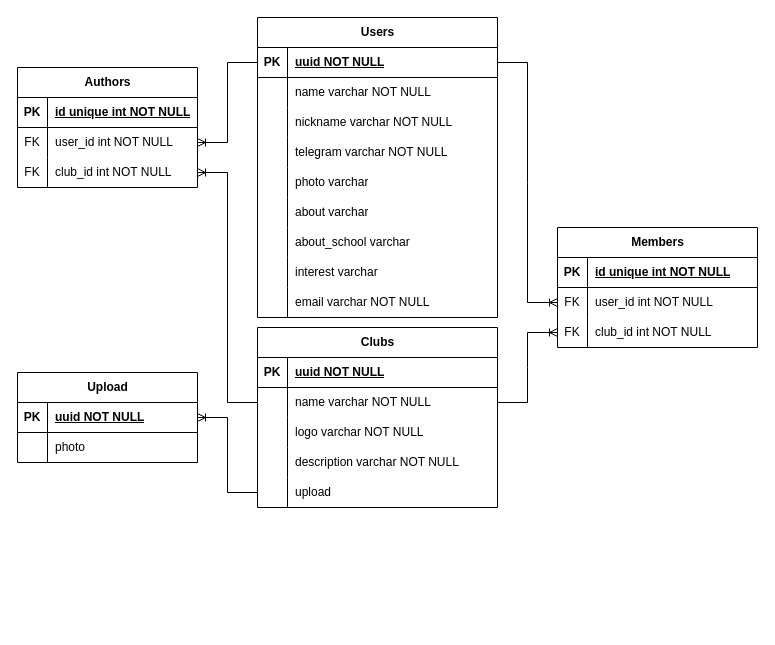
Before: Диаграмма без названия.drawio in mrsemyon/clubs, a draw.io diagram. Source tidied: cells renumbered, new cells numbered last; positions are measured from the earlier drawing's top-left corner, leaving out a move shared by most shapes. Both pictures are drawn from the tidied source at 100%, with x=0, y=0 at pixel (17, 17).
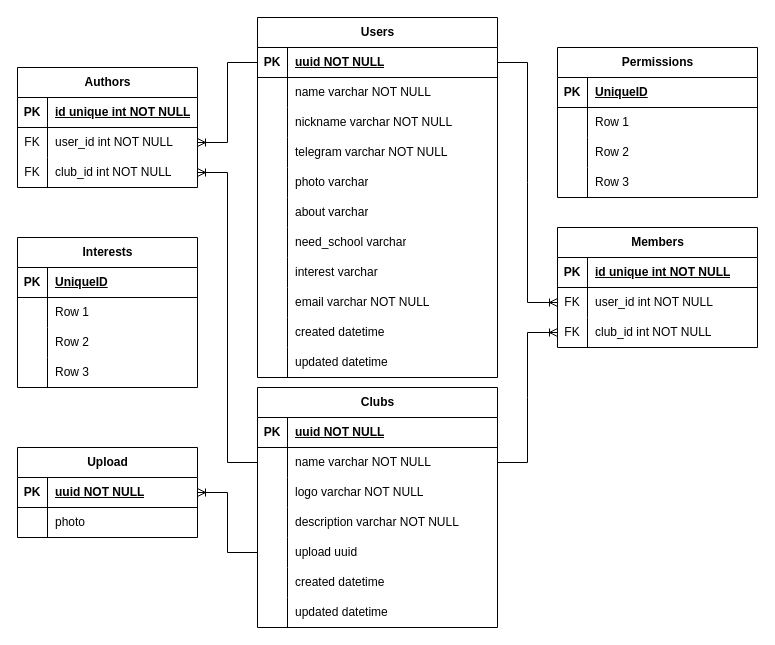
After the change.

The change refers to these unchanged cells:
```xml
<mxCell id="21" style="shape=tableRow;horizontal=0;startSize=0;swimlaneHead=0;swimlaneBody=0;fillColor=none;top=0;left=0;right=0;bottom=0;" parent="2" vertex="1">
  <mxGeometry y="210" width="240" height="30" as="geometry" />
</mxCell>
<mxCell id="43" style="shape=tableRow;horizontal=0;startSize=0;swimlaneHead=0;swimlaneBody=0;fillColor=none;points=[[0,0.5],[1,0.5]];portConstraint=eastwest;top=0;left=0;right=0;bottom=0;" parent="30" vertex="1">
  <mxGeometry y="150" width="240" height="30" as="geometry" />
</mxCell>
```

The edit, as a diff of the source:
```diff
@@
     <mxCell id="2" value="Users" style="shape=table;startSize=30;childLayout=tableLayout;rowLines=0;fontStyle=1;align=center;html=1;" parent="1" vertex="1">
-      <mxGeometry x="240" width="240" height="300" as="geometry" />
+      <mxGeometry x="240" width="240" height="360" as="geometry" />
     </mxCell>
@@
-    <mxCell id="23" value="about_school varchar" style="shape=partialRectangle;fillColor=none;top=0;left=0;bottom=0;right=0;align=left;spacingLeft=6;overflow=hidden;whiteSpace=wrap;html=1;" parent="21" vertex="1">
+    <mxCell id="23" value="need_school varchar" style="shape=partialRectangle;fillColor=none;top=0;left=0;bottom=0;right=0;align=left;spacingLeft=6;overflow=hidden;whiteSpace=wrap;html=1;" parent="21" vertex="1">
       <mxGeometry x="30" width="210" height="30" as="geometry" />
     </mxCell>
@@
+    <mxCell id="78" style="shape=tableRow;horizontal=0;startSize=0;swimlaneHead=0;swimlaneBody=0;fillColor=none;top=0;left=0;right=0;bottom=0;" parent="2" vertex="1">
+      <mxGeometry y="300" width="240" height="30" as="geometry" />
+    </mxCell>
+    <mxCell id="79" style="shape=partialRectangle;fillColor=none;top=0;left=0;bottom=0;right=0;overflow=hidden;whiteSpace=wrap;html=1;" parent="78" vertex="1">
+      <mxGeometry width="30" height="30" as="geometry" />
+    </mxCell>
+    <mxCell id="80" value="created datetime" style="shape=partialRectangle;fillColor=none;top=0;left=0;bottom=0;right=0;align=left;spacingLeft=6;overflow=hidden;whiteSpace=wrap;html=1;" parent="78" vertex="1">
+      <mxGeometry x="30" width="210" height="30" as="geometry" />
+    </mxCell>
+    <mxCell id="81" style="shape=tableRow;horizontal=0;startSize=0;swimlaneHead=0;swimlaneBody=0;fillColor=none;top=0;left=0;right=0;bottom=0;" parent="2" vertex="1">
+      <mxGeometry y="330" width="240" height="30" as="geometry" />
+    </mxCell>
+    <mxCell id="82" style="shape=partialRectangle;fillColor=none;top=0;left=0;bottom=0;right=0;overflow=hidden;whiteSpace=wrap;html=1;" parent="81" vertex="1">
+      <mxGeometry width="30" height="30" as="geometry" />
+    </mxCell>
+    <mxCell id="83" value="updated datetime" style="shape=partialRectangle;fillColor=none;top=0;left=0;bottom=0;right=0;align=left;spacingLeft=6;overflow=hidden;whiteSpace=wrap;html=1;" parent="81" vertex="1">
+      <mxGeometry x="30" width="210" height="30" as="geometry" />
+    </mxCell>
     <mxCell id="30" value="Clubs" style="shape=table;startSize=30;childLayout=tableLayout;rowLines=0;fontStyle=1;align=center;html=1;" parent="1" vertex="1">
-      <mxGeometry x="240" y="310" width="240" height="180" as="geometry" />
+      <mxGeometry x="240" y="370" width="240" height="240" as="geometry" />
     </mxCell>
@@
-    <mxCell id="45" value="upload" style="shape=partialRectangle;fillColor=none;top=0;left=0;bottom=0;right=0;align=left;spacingLeft=6;overflow=hidden;whiteSpace=wrap;html=1;" parent="43" vertex="1">
+    <mxCell id="45" value="upload uuid" style="shape=partialRectangle;fillColor=none;top=0;left=0;bottom=0;right=0;align=left;spacingLeft=6;overflow=hidden;whiteSpace=wrap;html=1;" parent="43" vertex="1">
       <mxGeometry x="30" width="210" height="30" as="geometry" />
     </mxCell>
+    <mxCell id="84" style="shape=tableRow;horizontal=0;startSize=0;swimlaneHead=0;swimlaneBody=0;fillColor=none;top=0;left=0;right=0;bottom=0;" parent="30" vertex="1">
+      <mxGeometry y="180" width="240" height="30" as="geometry" />
+    </mxCell>
+    <mxCell id="85" style="shape=partialRectangle;fillColor=none;top=0;left=0;bottom=0;right=0;overflow=hidden;whiteSpace=wrap;html=1;" parent="84" vertex="1">
+      <mxGeometry width="30" height="30" as="geometry" />
+    </mxCell>
+    <mxCell id="86" value="created datetime" style="shape=partialRectangle;fillColor=none;top=0;left=0;bottom=0;right=0;align=left;spacingLeft=6;overflow=hidden;whiteSpace=wrap;html=1;" parent="84" vertex="1">
+      <mxGeometry x="30" width="210" height="30" as="geometry" />
+    </mxCell>
+    <mxCell id="87" style="shape=tableRow;horizontal=0;startSize=0;swimlaneHead=0;swimlaneBody=0;fillColor=none;top=0;left=0;right=0;bottom=0;" parent="30" vertex="1">
+      <mxGeometry y="210" width="240" height="30" as="geometry" />
+    </mxCell>
+    <mxCell id="88" style="shape=partialRectangle;fillColor=none;top=0;left=0;bottom=0;right=0;overflow=hidden;whiteSpace=wrap;html=1;" parent="87" vertex="1">
+      <mxGeometry width="30" height="30" as="geometry" />
+    </mxCell>
+    <mxCell id="89" value="updated datetime" style="shape=partialRectangle;fillColor=none;top=0;left=0;bottom=0;right=0;align=left;spacingLeft=6;overflow=hidden;whiteSpace=wrap;html=1;" parent="87" vertex="1">
+      <mxGeometry x="30" width="210" height="30" as="geometry" />
+    </mxCell>
@@
     <mxCell id="70" value="Upload" style="shape=table;startSize=30;childLayout=tableLayout;rowLines=0;fontStyle=1;align=center;html=1;" parent="1" vertex="1">
-      <mxGeometry y="355" width="180" height="90" as="geometry" />
+      <mxGeometry y="430" width="180" height="90" as="geometry" />
     </mxCell>
@@
+    <mxCell id="90" value="Permissions" style="shape=table;startSize=30;childLayout=tableLayout;rowLines=0;fontStyle=1;align=center;html=1;" parent="1" vertex="1">
+      <mxGeometry x="540" y="30" width="200" height="150" as="geometry" />
+    </mxCell>
+    <mxCell id="91" style="shape=tableRow;horizontal=0;startSize=0;swimlaneHead=0;swimlaneBody=0;fillColor=none;top=0;left=0;right=0;bottom=1;" parent="90" vertex="1">
+      <mxGeometry y="30" width="200" height="30" as="geometry" />
+    </mxCell>
+    <mxCell id="92" value="PK" style="shape=partialRectangle;fillColor=none;top=0;left=0;bottom=0;right=0;fontStyle=1;overflow=hidden;whiteSpace=wrap;html=1;" parent="91" vertex="1">
+      <mxGeometry width="30" height="30" as="geometry" />
+    </mxCell>
+    <mxCell id="93" value="UniqueID" style="shape=partialRectangle;fillColor=none;top=0;left=0;bottom=0;right=0;align=left;spacingLeft=6;fontStyle=5;overflow=hidden;whiteSpace=wrap;html=1;" parent="91" vertex="1">
+      <mxGeometry x="30" width="170" height="30" as="geometry" />
+    </mxCell>
+    <mxCell id="94" style="shape=tableRow;horizontal=0;startSize=0;swimlaneHead=0;swimlaneBody=0;fillColor=none;top=0;left=0;right=0;bottom=0;" parent="90" vertex="1">
+      <mxGeometry y="60" width="200" height="30" as="geometry" />
+    </mxCell>
+    <mxCell id="95" style="shape=partialRectangle;fillColor=none;top=0;left=0;bottom=0;right=0;overflow=hidden;whiteSpace=wrap;html=1;" parent="94" vertex="1">
+      <mxGeometry width="30" height="30" as="geometry" />
+    </mxCell>
+    <mxCell id="96" value="Row 1" style="shape=partialRectangle;fillColor=none;top=0;left=0;bottom=0;right=0;align=left;spacingLeft=6;overflow=hidden;whiteSpace=wrap;html=1;" parent="94" vertex="1">
+      <mxGeometry x="30" width="170" height="30" as="geometry" />
+    </mxCell>
+    <mxCell id="97" style="shape=tableRow;horizontal=0;startSize=0;swimlaneHead=0;swimlaneBody=0;fillColor=none;top=0;left=0;right=0;bottom=0;" parent="90" vertex="1">
+      <mxGeometry y="90" width="200" height="30" as="geometry" />
+    </mxCell>
+    <mxCell id="98" style="shape=partialRectangle;fillColor=none;top=0;left=0;bottom=0;right=0;overflow=hidden;whiteSpace=wrap;html=1;" parent="97" vertex="1">
+      <mxGeometry width="30" height="30" as="geometry" />
+    </mxCell>
+    <mxCell id="99" value="Row 2" style="shape=partialRectangle;fillColor=none;top=0;left=0;bottom=0;right=0;align=left;spacingLeft=6;overflow=hidden;whiteSpace=wrap;html=1;" parent="97" vertex="1">
+      <mxGeometry x="30" width="170" height="30" as="geometry" />
+    </mxCell>
+    <mxCell id="100" style="shape=tableRow;horizontal=0;startSize=0;swimlaneHead=0;swimlaneBody=0;fillColor=none;top=0;left=0;right=0;bottom=0;" parent="90" vertex="1">
+      <mxGeometry y="120" width="200" height="30" as="geometry" />
+    </mxCell>
+    <mxCell id="101" style="shape=partialRectangle;fillColor=none;top=0;left=0;bottom=0;right=0;overflow=hidden;whiteSpace=wrap;html=1;" parent="100" vertex="1">
+      <mxGeometry width="30" height="30" as="geometry" />
+    </mxCell>
+    <mxCell id="102" value="Row 3" style="shape=partialRectangle;fillColor=none;top=0;left=0;bottom=0;right=0;align=left;spacingLeft=6;overflow=hidden;whiteSpace=wrap;html=1;" parent="100" vertex="1">
+      <mxGeometry x="30" width="170" height="30" as="geometry" />
+    </mxCell>
+    <mxCell id="103" value="Interests" style="shape=table;startSize=30;childLayout=tableLayout;rowLines=0;fontStyle=1;align=center;html=1;" parent="1" vertex="1">
+      <mxGeometry y="220" width="180" height="150" as="geometry" />
+    </mxCell>
+    <mxCell id="104" style="shape=tableRow;horizontal=0;startSize=0;swimlaneHead=0;swimlaneBody=0;fillColor=none;top=0;left=0;right=0;bottom=1;" parent="103" vertex="1">
+      <mxGeometry y="30" width="180" height="30" as="geometry" />
+    </mxCell>
+    <mxCell id="105" value="PK" style="shape=partialRectangle;fillColor=none;top=0;left=0;bottom=0;right=0;fontStyle=1;overflow=hidden;whiteSpace=wrap;html=1;" parent="104" vertex="1">
+      <mxGeometry width="30" height="30" as="geometry" />
+    </mxCell>
+    <mxCell id="106" value="UniqueID" style="shape=partialRectangle;fillColor=none;top=0;left=0;bottom=0;right=0;align=left;spacingLeft=6;fontStyle=5;overflow=hidden;whiteSpace=wrap;html=1;" parent="104" vertex="1">
+      <mxGeometry x="30" width="150" height="30" as="geometry" />
+    </mxCell>
+    <mxCell id="107" style="shape=tableRow;horizontal=0;startSize=0;swimlaneHead=0;swimlaneBody=0;fillColor=none;top=0;left=0;right=0;bottom=0;" parent="103" vertex="1">
+      <mxGeometry y="60" width="180" height="30" as="geometry" />
+    </mxCell>
+    <mxCell id="108" style="shape=partialRectangle;fillColor=none;top=0;left=0;bottom=0;right=0;overflow=hidden;whiteSpace=wrap;html=1;" parent="107" vertex="1">
+      <mxGeometry width="30" height="30" as="geometry" />
+    </mxCell>
+    <mxCell id="109" value="Row 1" style="shape=partialRectangle;fillColor=none;top=0;left=0;bottom=0;right=0;align=left;spacingLeft=6;overflow=hidden;whiteSpace=wrap;html=1;" parent="107" vertex="1">
+      <mxGeometry x="30" width="150" height="30" as="geometry" />
+    </mxCell>
+    <mxCell id="110" style="shape=tableRow;horizontal=0;startSize=0;swimlaneHead=0;swimlaneBody=0;fillColor=none;top=0;left=0;right=0;bottom=0;" parent="103" vertex="1">
+      <mxGeometry y="90" width="180" height="30" as="geometry" />
+    </mxCell>
+    <mxCell id="111" style="shape=partialRectangle;fillColor=none;top=0;left=0;bottom=0;right=0;overflow=hidden;whiteSpace=wrap;html=1;" parent="110" vertex="1">
+      <mxGeometry width="30" height="30" as="geometry" />
+    </mxCell>
+    <mxCell id="112" value="Row 2" style="shape=partialRectangle;fillColor=none;top=0;left=0;bottom=0;right=0;align=left;spacingLeft=6;overflow=hidden;whiteSpace=wrap;html=1;" parent="110" vertex="1">
+      <mxGeometry x="30" width="150" height="30" as="geometry" />
+    </mxCell>
+    <mxCell id="113" style="shape=tableRow;horizontal=0;startSize=0;swimlaneHead=0;swimlaneBody=0;fillColor=none;top=0;left=0;right=0;bottom=0;" parent="103" vertex="1">
+      <mxGeometry y="120" width="180" height="30" as="geometry" />
+    </mxCell>
+    <mxCell id="114" style="shape=partialRectangle;fillColor=none;top=0;left=0;bottom=0;right=0;overflow=hidden;whiteSpace=wrap;html=1;" parent="113" vertex="1">
+      <mxGeometry width="30" height="30" as="geometry" />
+    </mxCell>
+    <mxCell id="115" value="Row 3" style="shape=partialRectangle;fillColor=none;top=0;left=0;bottom=0;right=0;align=left;spacingLeft=6;overflow=hidden;whiteSpace=wrap;html=1;" parent="113" vertex="1">
+      <mxGeometry x="30" width="150" height="30" as="geometry" />
+    </mxCell>
```
